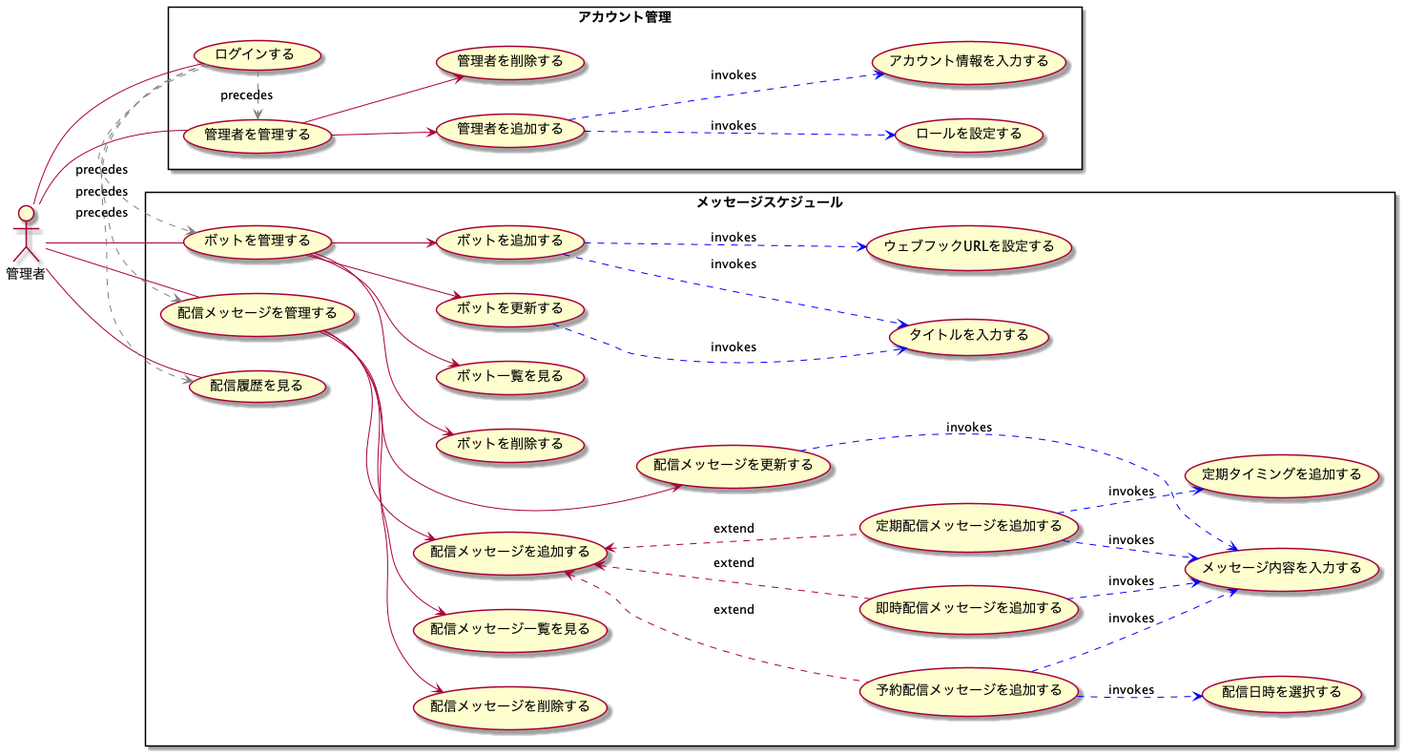
takemo101/dc-scheduler keeps this PlantUML diagram as diagram/analysis/usecase.png. Above is the earlier version.
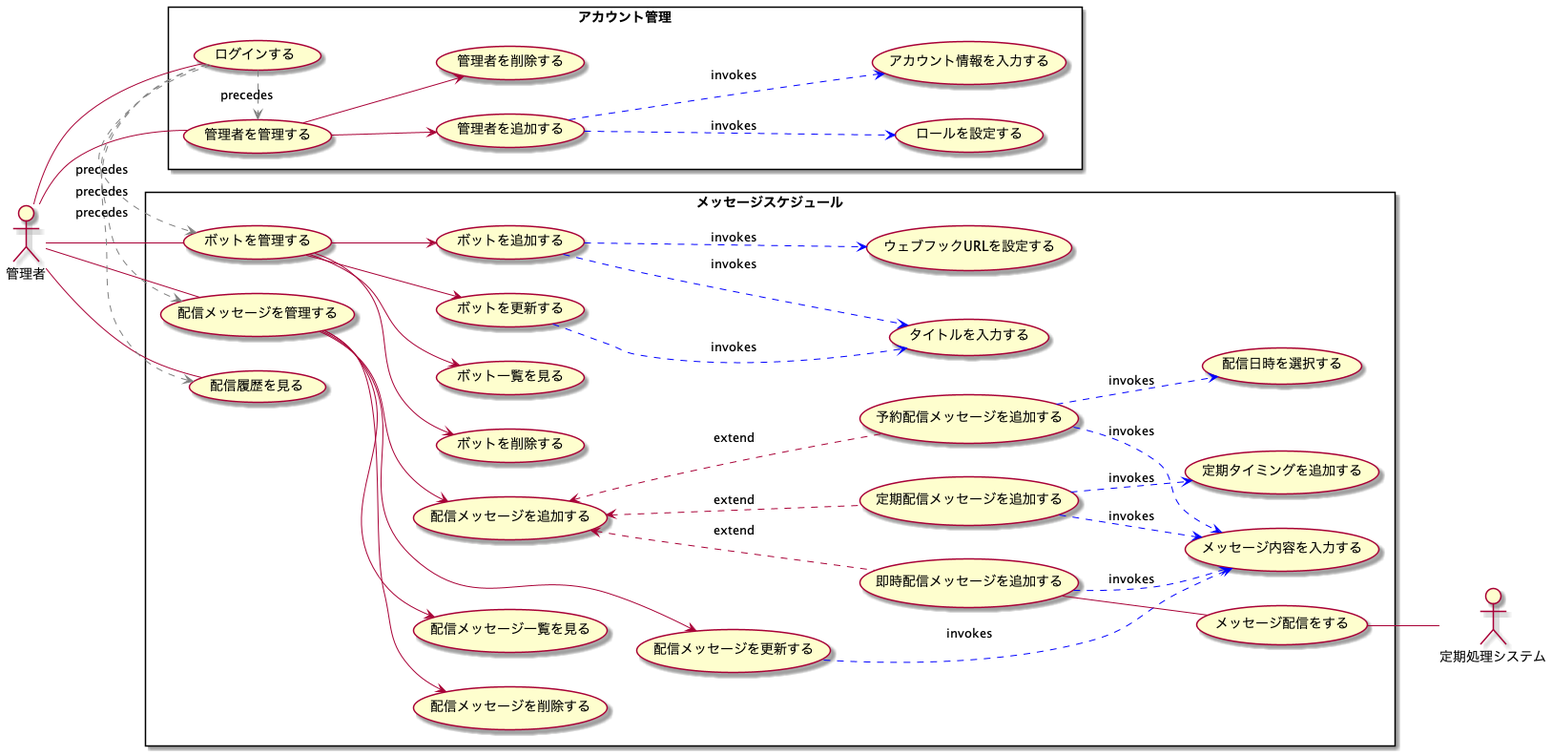
After the commit.

Change to the diagram source:
```diff
@@ -3,6 +3,7 @@
 left to right direction
 
 :管理者:
+:定期処理システム:
 
 rectangle メッセージスケジュール {
   usecase ボットを管理する
@@ -26,6 +27,8 @@
   usecase 定期タイミングを追加する
 
   usecase 配信履歴を見る
+
+  usecase メッセージ配信をする
 }
 
 rectangle アカウント管理 {
@@ -75,4 +78,7 @@
 ログインする .> 配信履歴を見る #gray :precedes
 ログインする .> 管理者を管理する #gray :precedes
 
+即時配信メッセージを追加する -- メッセージ配信をする
+メッセージ配信をする -- 定期処理システム
+
 @enduml
```
